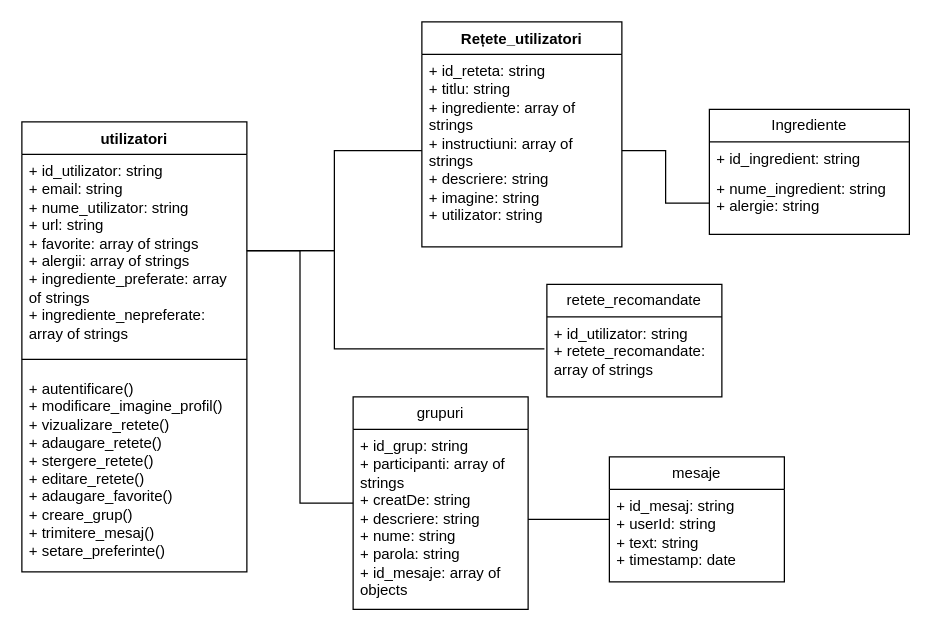
The draw.io diagram Untitled Diagram.drawio in bianca2408/ASIPSI-lab1-limonada_web, before the edit. Source tidied: cells renumbered, new cells numbered last; positions are measured from the earlier drawing's top-left corner, leaving out a move shared by most shapes. Both pictures are drawn from the tidied source at 125%, with x=0, y=0 at pixel (21, 21).
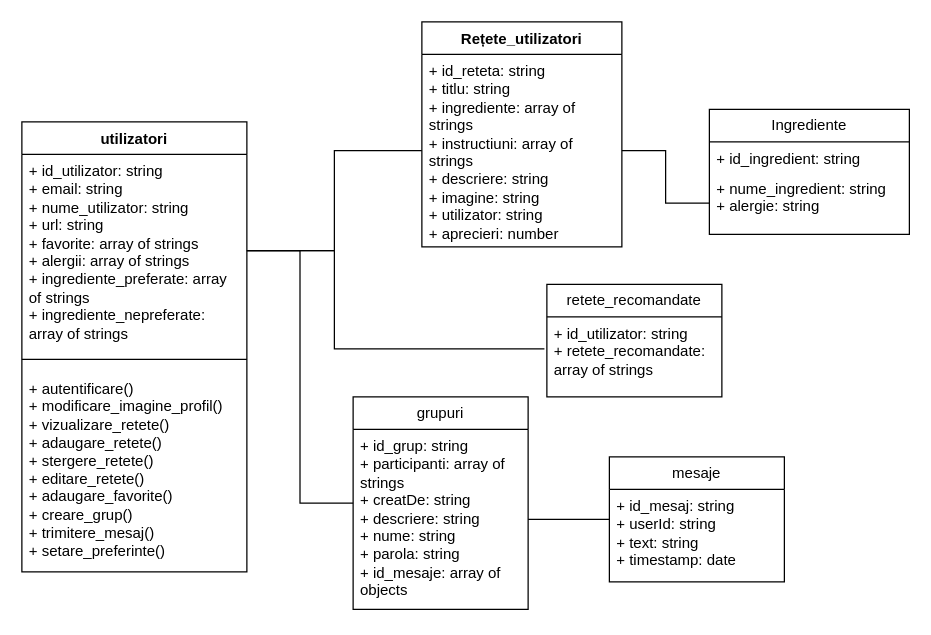
Above is the later version.

Unchanged cells that the change refers to:
```xml
<mxCell id="6" value="Rețete_utilizatori" style="swimlane;fontStyle=1;align=center;verticalAlign=top;horizontal=1;startSize=26;whiteSpace=wrap;html=1;" parent="1" vertex="1">
  <mxGeometry x="320" width="160" height="180" as="geometry" />
</mxCell>
```

The edit, as a diff of the source:
```diff
@@
-    <mxCell id="7" value="+ id_reteta: string&lt;div&gt;+ titlu: string&lt;/div&gt;&lt;div&gt;+ ingrediente: array of strings&lt;/div&gt;&lt;div&gt;+ instructiuni: array of strings&lt;/div&gt;&lt;div&gt;+ descriere: string&lt;/div&gt;&lt;div&gt;+ imagine: string&lt;br&gt;&lt;/div&gt;&lt;div&gt;+ utilizator: string&lt;/div&gt;" style="text;strokeColor=none;fillColor=none;align=left;verticalAlign=top;spacingLeft=4;spacingRight=4;overflow=hidden;points=[[0,0.5],[1,0.5]];portConstraint=eastwest;whiteSpace=wrap;html=1;" parent="6" vertex="1">
+    <mxCell id="7" value="+ id_reteta: string&lt;div&gt;+ titlu: string&lt;/div&gt;&lt;div&gt;+ ingrediente: array of strings&lt;/div&gt;&lt;div&gt;+ instructiuni: array of strings&lt;/div&gt;&lt;div&gt;+ descriere: string&lt;/div&gt;&lt;div&gt;+ imagine: string&lt;br&gt;&lt;/div&gt;&lt;div&gt;+ utilizator: string&lt;/div&gt;&lt;div&gt;+ aprecieri: number&lt;br&gt;&lt;/div&gt;" style="text;strokeColor=none;fillColor=none;align=left;verticalAlign=top;spacingLeft=4;spacingRight=4;overflow=hidden;points=[[0,0.5],[1,0.5]];portConstraint=eastwest;whiteSpace=wrap;html=1;" parent="6" vertex="1">
       <mxGeometry y="26" width="160" height="154" as="geometry" />
     </mxCell>
```
